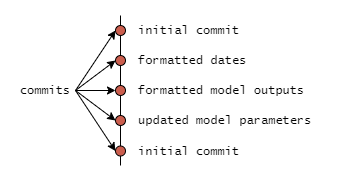
Above: img/branching_1_commits_forming_a_branch.png in summitllc/git_school (draw.io), before the change. Source tidied: cells renumbered, new cells last; positions are measured from the earlier drawing's top-left corner, leaving out a move shared by most shapes.
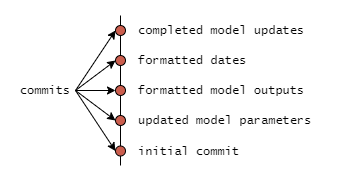
The same diagram one commit later.

The edit, as a diff of the source:
```diff
@@ -47,8 +47,8 @@
     <mxCell id="15" value="&lt;font face=&quot;Lucida Console&quot;&gt;updated model parameters&lt;/font&gt;" style="text;html=1;strokeColor=none;fillColor=none;align=left;verticalAlign=middle;whiteSpace=wrap;rounded=0;" parent="1" vertex="1">
       <mxGeometry x="120.6" y="95" width="189.4" height="20" as="geometry" />
     </mxCell>
-    <mxCell id="16" value="&lt;font face=&quot;Lucida Console&quot;&gt;initial commit&lt;/font&gt;" style="text;html=1;strokeColor=none;fillColor=none;align=left;verticalAlign=middle;whiteSpace=wrap;rounded=0;" parent="1" vertex="1">
-      <mxGeometry x="120.6" y="5" width="119.4" height="20" as="geometry" />
+    <mxCell id="16" value="&lt;font face=&quot;Lucida Console&quot;&gt;completed model updates&lt;/font&gt;" style="text;html=1;strokeColor=none;fillColor=none;align=left;verticalAlign=middle;whiteSpace=wrap;rounded=0;" parent="1" vertex="1">
+      <mxGeometry x="120.6" y="5" width="189.4" height="20" as="geometry" />
     </mxCell>
     <mxCell id="17" value="&lt;font face=&quot;Lucida Console&quot;&gt;formatted dates&lt;/font&gt;" style="text;html=1;strokeColor=none;fillColor=none;align=left;verticalAlign=middle;whiteSpace=wrap;rounded=0;" parent="1" vertex="1">
       <mxGeometry x="120.6" y="35" width="119.4" height="20" as="geometry" />
```
